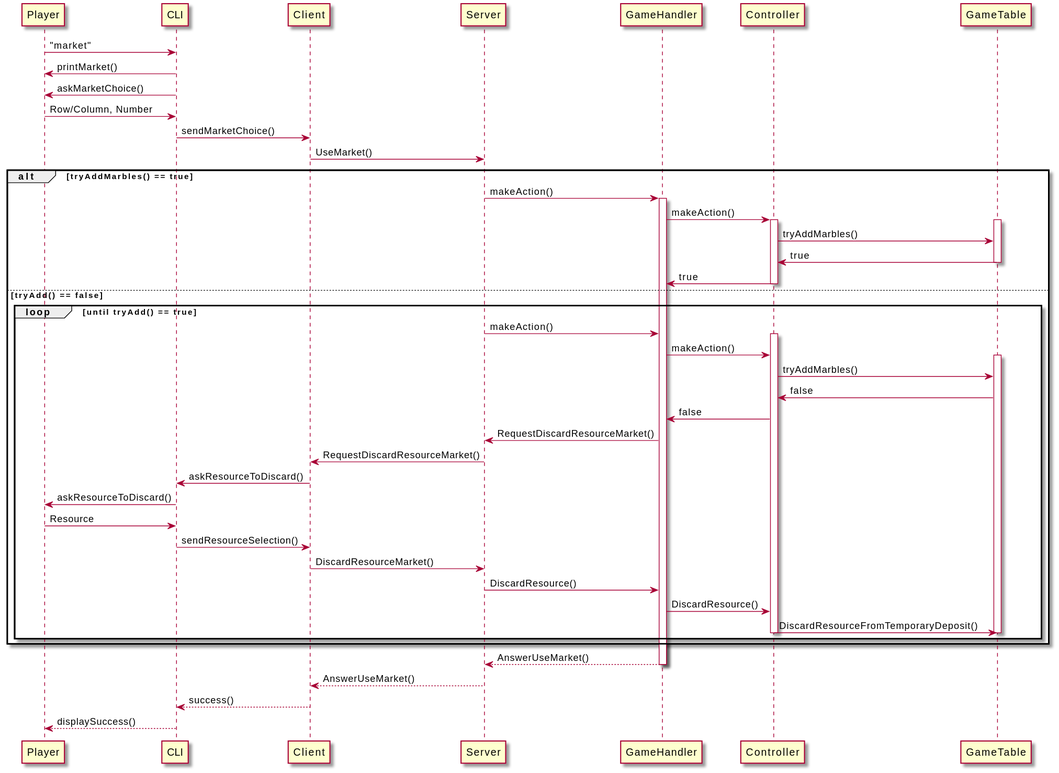
Above: InitialSqDiagram/market.svg in marcofasa/ing-sw-2021-Fasanella-Maggioni-Manini (PlantUML), before the change. Source of this version:
```plantuml
@startuml
Player -> CLI: "market"
Player <- CLI: printMarket()
Player <- CLI: askMarketChoice()
Player -> CLI: Row/Column, Number
CLI -> Client: sendMarketChoice()

Client-> Server: UseMarket()



alt tryAddMarbles() == true
            Server-> GameHandler: makeAction()
             activate GameHandler

            GameHandler-> Controller: makeAction()
            activate Controller
            activate GameTable
            Controller-> GameTable: tryAddMarbles()
            Controller<- GameTable: true
            deactivate GameTable
            Controller -> GameHandler: true
            deactivate Controller


else tryAdd() == false
        loop until tryAdd() == true
            Server-> GameHandler: makeAction()

            activate Controller
            GameHandler-> Controller: makeAction()

            activate GameTable
            Controller-> GameTable: tryAddMarbles()
            Controller<- GameTable: false


            Controller -> GameHandler: false

            GameHandler->Server: RequestDiscardResourceMarket()
            Client<- Server: RequestDiscardResourceMarket()
            CLI<-Client: askResourceToDiscard()
            Player <- CLI: askResourceToDiscard()
            Player -> CLI: Resource
            CLI->Client: sendResourceSelection()





            Client-> Server: DiscardResourceMarket()

            Server-> GameHandler: DiscardResource()


            GameHandler-> Controller: DiscardResource()


            Controller-> GameTable: DiscardResourceFromTemporaryDeposit()
            deactivate GameTable
            deactivate Controller


        end
end
Server<-- GameHandler: AnswerUseMarket()

deactivate GameHandler

Client<-- Server: AnswerUseMarket()

CLI <-- Client: success()

Player <-- CLI: displaySuccess()
@enduml
```
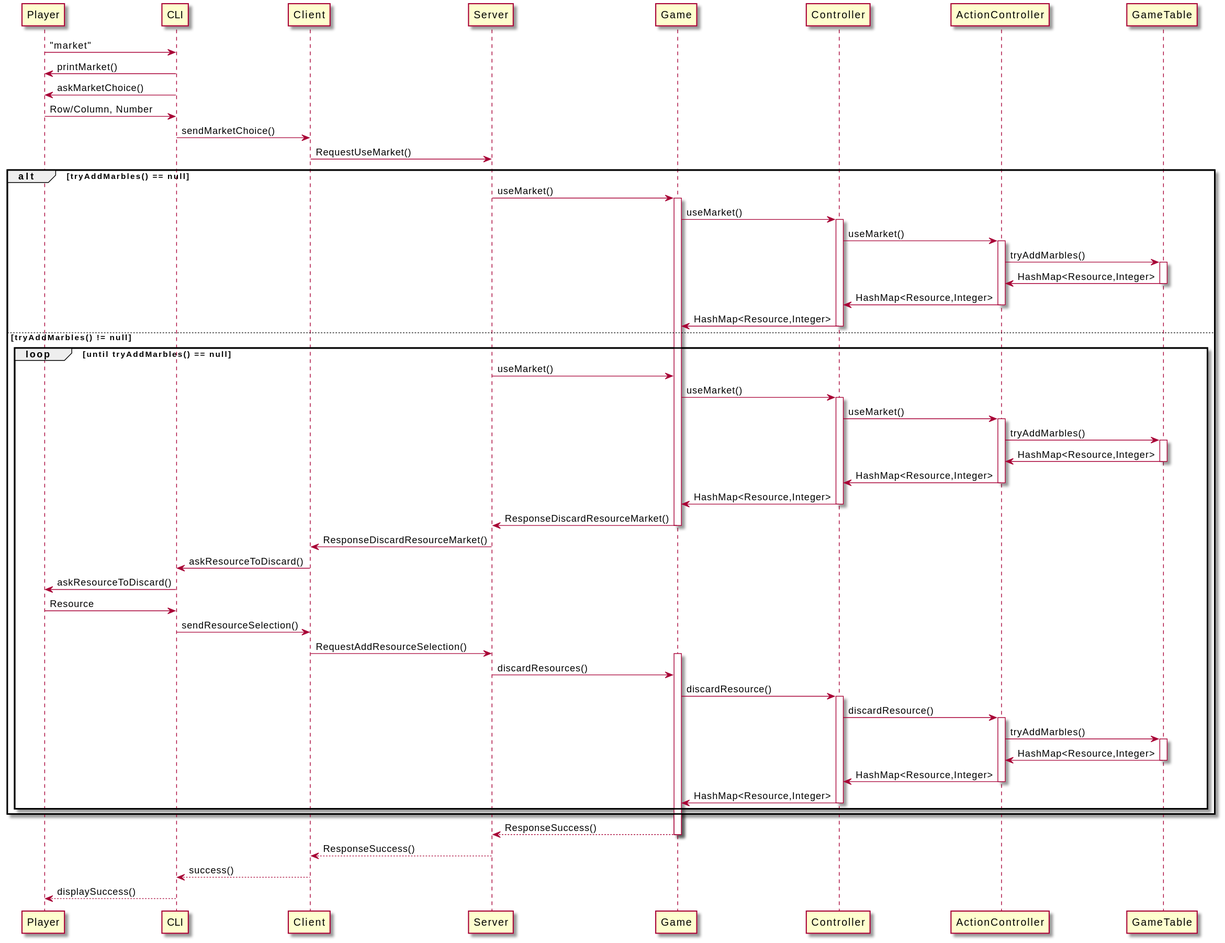
Above is the later version.

Commit message:
uml, removed client ResponseDiscardResourceSelection.java

Change to the diagram source:
```diff
@@ -5,69 +5,79 @@
 Player -> CLI: Row/Column, Number
 CLI -> Client: sendMarketChoice()
 
-Client-> Server: UseMarket()
+Client-> Server: RequestUseMarket()
 
 
 
-alt tryAddMarbles() == true
-            Server-> GameHandler: makeAction()
-             activate GameHandler
+alt tryAddMarbles() == null
+            Server-> Game: useMarket()
+             activate Game
 
-            GameHandler-> Controller: makeAction()
+            Game-> Controller: useMarket()
             activate Controller
+            Controller-> ActionController: useMarket()
+            activate ActionController
+            ActionController-> GameTable: tryAddMarbles()
             activate GameTable
-            Controller-> GameTable: tryAddMarbles()
-            Controller<- GameTable: true
+            ActionController<- GameTable: HashMap<Resource,Integer>
             deactivate GameTable
-            Controller -> GameHandler: true
+            ActionController -> Controller: HashMap<Resource,Integer>
+            deactivate ActionController
+            Controller -> Game: HashMap<Resource,Integer>
             deactivate Controller
 
 
-else tryAdd() == false
-        loop until tryAdd() == true
-            Server-> GameHandler: makeAction()
 
+else tryAddMarbles() != null
+        loop until tryAddMarbles() == null
+            Server-> Game: useMarket()
+
+            Game-> Controller: useMarket()
             activate Controller
-            GameHandler-> Controller: makeAction()
+            Controller-> ActionController: useMarket()
+            activate ActionController
+            ActionController-> GameTable: tryAddMarbles()
+            activate GameTable
+            ActionController<- GameTable: HashMap<Resource,Integer>
+            deactivate GameTable
+            ActionController -> Controller: HashMap<Resource,Integer>
+            deactivate ActionController
+            Controller -> Game: HashMap<Resource,Integer>
+            deactivate Controller
 
-            activate GameTable
-            Controller-> GameTable: tryAddMarbles()
-            Controller<- GameTable: false
-
-
-            Controller -> GameHandler: false
-
-            GameHandler->Server: RequestDiscardResourceMarket()
-            Client<- Server: RequestDiscardResourceMarket()
+            Game->Server: ResponseDiscardResourceMarket()
+            deactivate Game
+            Client<- Server: ResponseDiscardResourceMarket()
             CLI<-Client: askResourceToDiscard()
             Player <- CLI: askResourceToDiscard()
             Player -> CLI: Resource
             CLI->Client: sendResourceSelection()
+            Client-> Server: RequestAddResourceSelection()
+            activate Game
+            Server-> Game: discardResources()
 
 
-
-
-
-            Client-> Server: DiscardResourceMarket()
-
-            Server-> GameHandler: DiscardResource()
-
-
-            GameHandler-> Controller: DiscardResource()
-
-
-            Controller-> GameTable: DiscardResourceFromTemporaryDeposit()
+            Game-> Controller: discardResource()
+            activate Controller
+            Controller-> ActionController: discardResource()
+            activate ActionController
+            ActionController-> GameTable: tryAddMarbles()
+            activate GameTable
+            ActionController<- GameTable: HashMap<Resource,Integer>
             deactivate GameTable
+            ActionController -> Controller: HashMap<Resource,Integer>
+            deactivate ActionController
+            Controller -> Game: HashMap<Resource,Integer>
             deactivate Controller
 
 
         end
 end
-Server<-- GameHandler: AnswerUseMarket()
+Server<-- Game: ResponseSuccess()
 
-deactivate GameHandler
+deactivate Game
 
-Client<-- Server: AnswerUseMarket()
+Client<-- Server: ResponseSuccess()
 
 CLI <-- Client: success()
 
```
